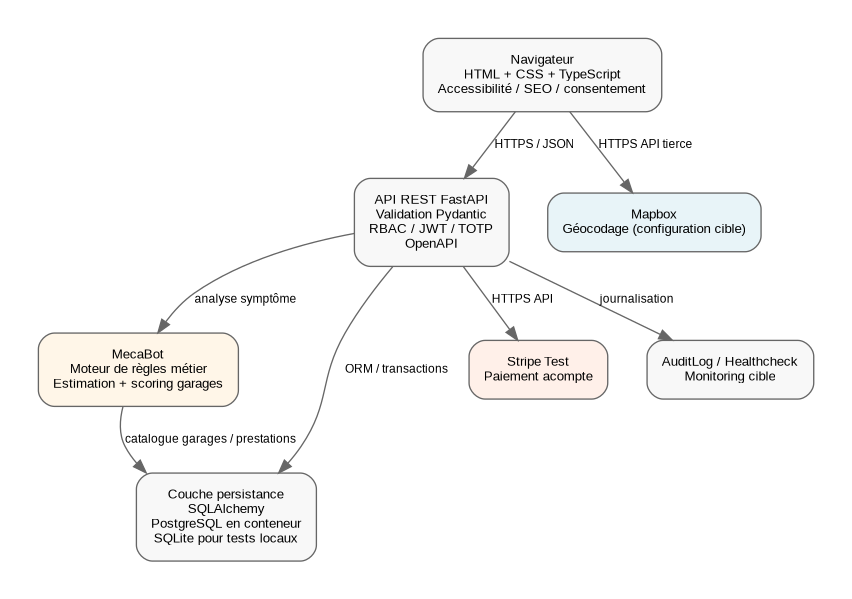
Above: docs/uml/05-architecture.png in Rayane94/mecaconnect-rncp (Graphviz), before the change. Its source is kept beside it as docs/uml/05-architecture.dot. Source of this version:
```dot
digraph G { graph [rankdir=TB,bgcolor="white",pad=.4,nodesep=.4,ranksep=.55]; node [shape=box,fontname="Arial",fontsize=10,style="rounded,filled",fillcolor="#F8F8F8",color="#666666",margin=.15]; edge [fontname="Arial",fontsize=9,color="#666666"];
Browser[label="Navigateur\nHTML + CSS + TypeScript\nAccessibilité / SEO / consentement"]; API[label="API REST FastAPI\nValidation Pydantic\nRBAC / JWT / TOTP\nOpenAPI"]; Assistant[label="MecaBot\nMoteur de règles métier\nEstimation + scoring garages",fillcolor="#FFF6E8"]; DB[label="Couche persistance\nSQLAlchemy\nPostgreSQL en conteneur\nSQLite pour tests locaux"]; Stripe[label="Stripe Test\nPaiement acompte",fillcolor="#FFF0E9"]; Mapbox[label="Mapbox\nGéocodage (configuration cible)",fillcolor="#E8F4F8"]; Logs[label="AuditLog / Healthcheck\nMonitoring cible"];
Browser->API[label="HTTPS / JSON"]; API->DB[label="ORM / transactions"]; API->Assistant[label="analyse symptôme"]; Assistant->DB[label="catalogue garages / prestations"]; API->Stripe[label="HTTPS API"]; Browser->Mapbox[label="HTTPS API tierce"]; API->Logs[label="journalisation"];
}
```
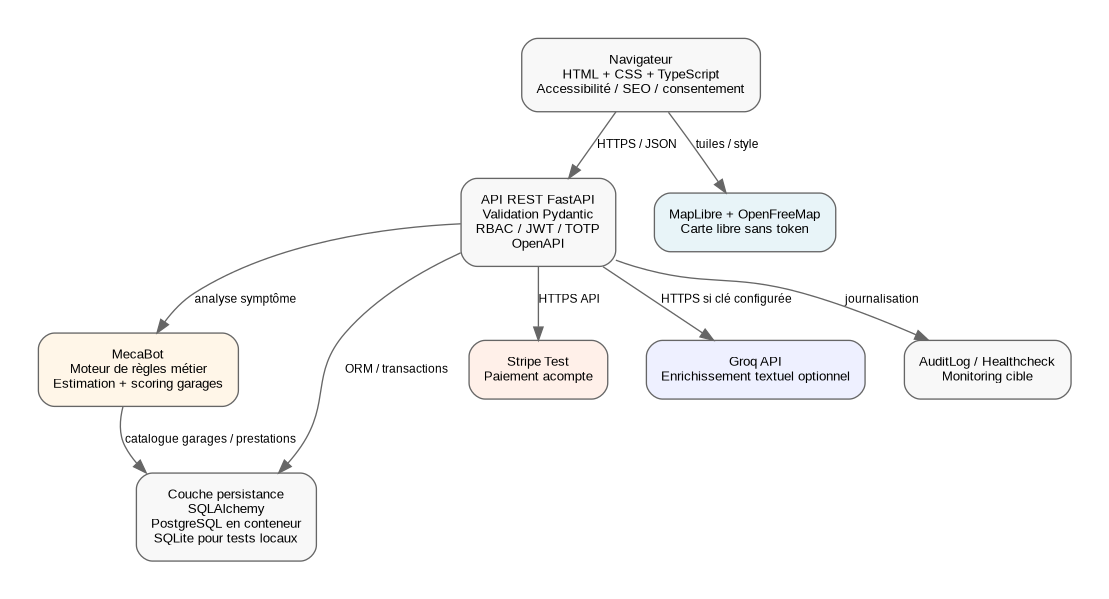
After the change.

What changed in the source:
```diff
@@ -1,4 +1,4 @@
 digraph G { graph [rankdir=TB,bgcolor="white",pad=.4,nodesep=.4,ranksep=.55]; node [shape=box,fontname="Arial",fontsize=10,style="rounded,filled",fillcolor="#F8F8F8",color="#666666",margin=.15]; edge [fontname="Arial",fontsize=9,color="#666666"];
-Browser[label="Navigateur\nHTML + CSS + TypeScript\nAccessibilité / SEO / consentement"]; API[label="API REST FastAPI\nValidation Pydantic\nRBAC / JWT / TOTP\nOpenAPI"]; Assistant[label="MecaBot\nMoteur de règles métier\nEstimation + scoring garages",fillcolor="#FFF6E8"]; DB[label="Couche persistance\nSQLAlchemy\nPostgreSQL en conteneur\nSQLite pour tests locaux"]; Stripe[label="Stripe Test\nPaiement acompte",fillcolor="#FFF0E9"]; Mapbox[label="Mapbox\nGéocodage (configuration cible)",fillcolor="#E8F4F8"]; Logs[label="AuditLog / Healthcheck\nMonitoring cible"];
-Browser->API[label="HTTPS / JSON"]; API->DB[label="ORM / transactions"]; API->Assistant[label="analyse symptôme"]; Assistant->DB[label="catalogue garages / prestations"]; API->Stripe[label="HTTPS API"]; Browser->Mapbox[label="HTTPS API tierce"]; API->Logs[label="journalisation"];
+Browser[label="Navigateur\nHTML + CSS + TypeScript\nAccessibilité / SEO / consentement"]; API[label="API REST FastAPI\nValidation Pydantic\nRBAC / JWT / TOTP\nOpenAPI"]; Assistant[label="MecaBot\nMoteur de règles métier\nEstimation + scoring garages",fillcolor="#FFF6E8"]; DB[label="Couche persistance\nSQLAlchemy\nPostgreSQL en conteneur\nSQLite pour tests locaux"]; Stripe[label="Stripe Test\nPaiement acompte",fillcolor="#FFF0E9"]; MapLibre[label="MapLibre + OpenFreeMap\nCarte libre sans token",fillcolor="#E8F4F8"]; Groq[label="Groq API\nEnrichissement textuel optionnel",fillcolor="#EEF0FF"]; Logs[label="AuditLog / Healthcheck\nMonitoring cible"];
+Browser->API[label="HTTPS / JSON"]; API->DB[label="ORM / transactions"]; API->Assistant[label="analyse symptôme"]; Assistant->DB[label="catalogue garages / prestations"]; API->Stripe[label="HTTPS API"]; Browser->MapLibre[label="tuiles / style"]; API->Groq[label="HTTPS si clé configurée"]; API->Logs[label="journalisation"];
 }
```
